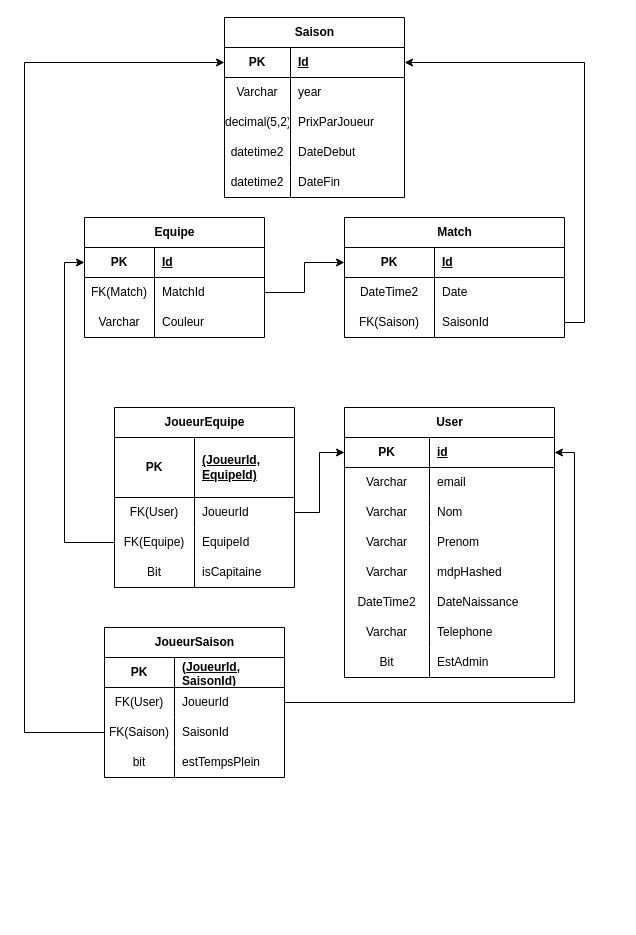
Earlier version of the draw.io diagram LigueDimanche.drawio (OUEL99/LigueDimanche). Source tidied: cells renumbered, new cells numbered last; positions are measured from the earlier drawing's top-left corner, leaving out a move shared by most shapes. Both pictures are drawn from the tidied source at 100%, with x=0, y=0 at pixel (24, 17).
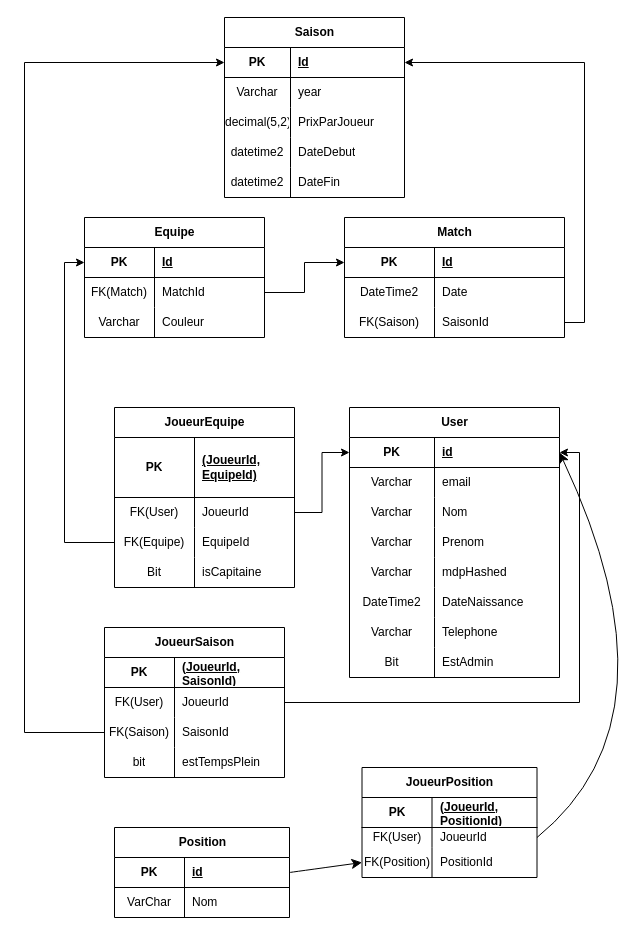
Above is the later version.

Unchanged cells that the change refers to:
```xml
<mxCell id="39" style="shape=tableRow;horizontal=0;startSize=0;swimlaneHead=0;swimlaneBody=0;fillColor=none;points=[[0,0.5],[1,0.5]];portConstraint=eastwest;top=0;left=0;right=0;bottom=1;" parent="38" vertex="1">
  <mxGeometry y="30" width="210" height="30" as="geometry" />
</mxCell>
```

The edit, as a diff of the source:
```diff
@@
     <mxCell id="38" value="User" style="shape=table;startSize=30;childLayout=tableLayout;rowLines=0;fontStyle=1;align=center;html=1;" parent="1" vertex="1">
-      <mxGeometry x="320" y="390" width="210" height="270" as="geometry" />
+      <mxGeometry x="325" y="390" width="210" height="270" as="geometry" />
     </mxCell>
@@
+    <mxCell id="96" value="JoueurPosition" style="shape=table;startSize=30;childLayout=tableLayout;rowLines=0;fontStyle=1;align=center;html=1;" parent="1" vertex="1">
+      <mxGeometry x="337.5" y="750" width="175" height="110" as="geometry" />
+    </mxCell>
+    <mxCell id="97" style="shape=tableRow;horizontal=0;startSize=0;swimlaneHead=0;swimlaneBody=0;fillColor=none;top=0;left=0;right=0;bottom=1;" parent="96" vertex="1">
+      <mxGeometry y="30" width="175" height="30" as="geometry" />
+    </mxCell>
+    <mxCell id="98" value="PK" style="shape=partialRectangle;fillColor=none;top=0;left=0;bottom=0;right=0;fontStyle=1;overflow=hidden;whiteSpace=wrap;html=1;" parent="97" vertex="1">
+      <mxGeometry width="70" height="30" as="geometry" />
+    </mxCell>
+    <mxCell id="99" value="(JoueurId, PositionId)" style="shape=partialRectangle;fillColor=none;top=0;left=0;bottom=0;right=0;align=left;spacingLeft=6;fontStyle=5;overflow=hidden;whiteSpace=wrap;html=1;" parent="97" vertex="1">
+      <mxGeometry x="70" width="105" height="30" as="geometry" />
+    </mxCell>
+    <mxCell id="100" style="shape=tableRow;horizontal=0;startSize=0;swimlaneHead=0;swimlaneBody=0;fillColor=none;points=[[0,0.5],[1,0.5]];portConstraint=eastwest;top=0;left=0;right=0;bottom=0;" parent="96" vertex="1">
+      <mxGeometry y="60" width="175" height="20" as="geometry" />
+    </mxCell>
+    <mxCell id="101" value="FK(User)" style="shape=partialRectangle;fillColor=none;top=0;left=0;bottom=0;right=0;overflow=hidden;whiteSpace=wrap;html=1;" parent="100" vertex="1">
+      <mxGeometry width="70" height="20" as="geometry" />
+    </mxCell>
+    <mxCell id="102" value="JoueurId" style="shape=partialRectangle;fillColor=none;top=0;left=0;bottom=0;right=0;align=left;spacingLeft=6;overflow=hidden;whiteSpace=wrap;html=1;" parent="100" vertex="1">
+      <mxGeometry x="70" width="105" height="20" as="geometry" />
+    </mxCell>
+    <mxCell id="103" style="shape=tableRow;horizontal=0;startSize=0;swimlaneHead=0;swimlaneBody=0;fillColor=none;points=[[0,0.5],[1,0.5]];portConstraint=eastwest;top=0;left=0;right=0;bottom=0;" parent="96" vertex="1">
+      <mxGeometry y="80" width="175" height="30" as="geometry" />
+    </mxCell>
+    <mxCell id="104" value="FK(Position)" style="shape=partialRectangle;fillColor=none;top=0;left=0;bottom=0;right=0;overflow=hidden;whiteSpace=wrap;html=1;" parent="103" vertex="1">
+      <mxGeometry width="70" height="30" as="geometry" />
+    </mxCell>
+    <mxCell id="105" value="PositionId" style="shape=partialRectangle;fillColor=none;top=0;left=0;bottom=0;right=0;align=left;spacingLeft=6;overflow=hidden;whiteSpace=wrap;html=1;" parent="103" vertex="1">
+      <mxGeometry x="70" width="105" height="30" as="geometry" />
+    </mxCell>
+    <mxCell id="106" value="Position" style="shape=table;startSize=30;childLayout=tableLayout;rowLines=0;fontStyle=1;align=center;html=1;" parent="1" vertex="1">
+      <mxGeometry x="90" y="810" width="175" height="90" as="geometry" />
+    </mxCell>
+    <mxCell id="107" style="shape=tableRow;horizontal=0;startSize=0;swimlaneHead=0;swimlaneBody=0;fillColor=none;points=[[0,0.5],[1,0.5]];portConstraint=eastwest;top=0;left=0;right=0;bottom=1;" parent="106" vertex="1">
+      <mxGeometry y="30" width="175" height="30" as="geometry" />
+    </mxCell>
+    <mxCell id="108" value="PK" style="shape=partialRectangle;fillColor=none;top=0;left=0;bottom=0;right=0;fontStyle=1;overflow=hidden;whiteSpace=wrap;html=1;" parent="107" vertex="1">
+      <mxGeometry width="70" height="30" as="geometry" />
+    </mxCell>
+    <mxCell id="109" value="id" style="shape=partialRectangle;fillColor=none;top=0;left=0;bottom=0;right=0;align=left;spacingLeft=6;fontStyle=5;overflow=hidden;whiteSpace=wrap;html=1;" parent="107" vertex="1">
+      <mxGeometry x="70" width="105" height="30" as="geometry" />
+    </mxCell>
+    <mxCell id="110" style="shape=tableRow;horizontal=0;startSize=0;swimlaneHead=0;swimlaneBody=0;fillColor=none;top=0;left=0;right=0;bottom=0;" parent="106" vertex="1">
+      <mxGeometry y="60" width="175" height="30" as="geometry" />
+    </mxCell>
+    <mxCell id="111" value="VarChar" style="shape=partialRectangle;fillColor=none;top=0;left=0;bottom=0;right=0;overflow=hidden;whiteSpace=wrap;html=1;" parent="110" vertex="1">
+      <mxGeometry width="70" height="30" as="geometry" />
+    </mxCell>
+    <mxCell id="112" value="Nom" style="shape=partialRectangle;fillColor=none;top=0;left=0;bottom=0;right=0;align=left;spacingLeft=6;overflow=hidden;whiteSpace=wrap;html=1;" parent="110" vertex="1">
+      <mxGeometry x="70" width="105" height="30" as="geometry" />
+    </mxCell>
+    <mxCell id="113" style="edgeStyle=none;curved=1;rounded=0;jettySize=auto;html=1;exitX=1;exitY=0.5;exitDx=0;exitDy=0;entryX=0;entryY=0.5;entryDx=0;entryDy=0;fontSize=12;startSize=8;endSize=8;" parent="1" edge="1" source="107" target="103">
+      <mxGeometry relative="1" as="geometry" />
+    </mxCell>
+    <mxCell id="114" style="edgeStyle=none;curved=1;rounded=0;jettySize=auto;html=1;entryX=1;entryY=0.5;entryDx=0;entryDy=0;fontSize=12;startSize=8;endSize=8;exitX=1;exitY=0.5;exitDx=0;exitDy=0;" parent="1" edge="1" source="100" target="39">
+      <mxGeometry relative="1" as="geometry">
+        <Array as="points">
+          <mxPoint x="660" y="700" />
+        </Array>
+      </mxGeometry>
+    </mxCell>
```
